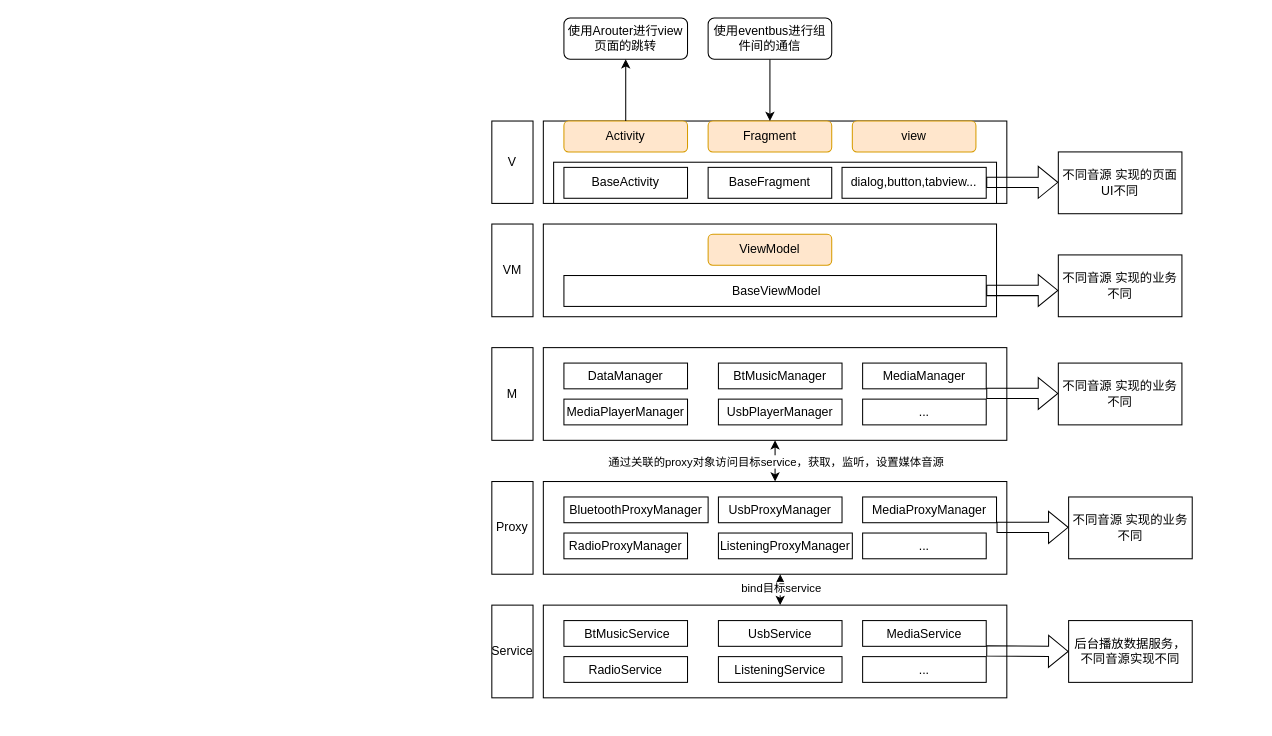
This is page "MediaCenter整体架构" (1 of 14) of 未命名绘图.drawio from NewPlayerAndroid/Latest-Interview, a draw.io file, before an edit. Source tidied: cells renumbered, new cells numbered last; positions are measured from the earlier drawing's top-left corner, leaving out a move shared by most shapes. Both pictures are drawn from the tidied source at 103%, with x=0, y=0 at pixel (471, 18).
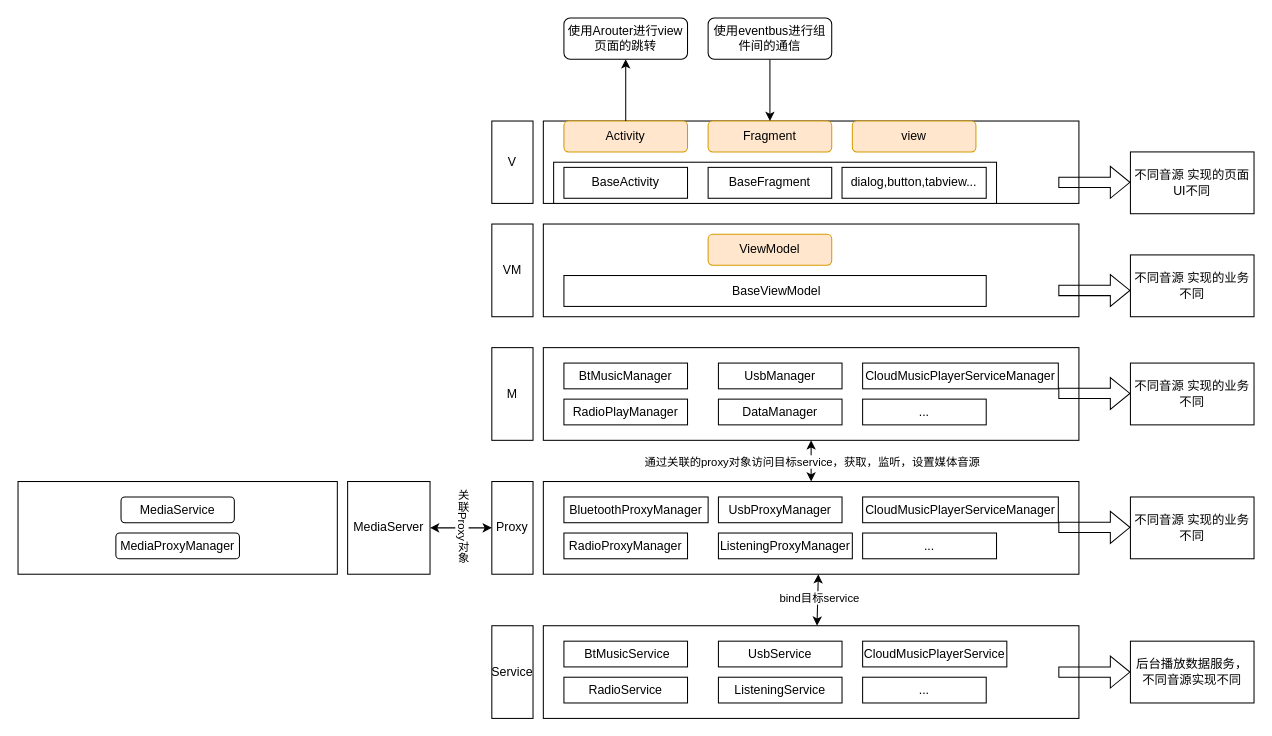
Above is the later version.

The change refers to these unchanged cells:
```xml
<mxCell id="36" value="Proxy" style="rounded=0;whiteSpace=wrap;html=1;" parent="1" vertex="1">
  <mxGeometry x="20" y="450" width="40" height="90" as="geometry" />
</mxCell>
```

What changed in the source:
```diff
@@
     <mxCell id="5" style="rounded=0;whiteSpace=wrap;html=1;" parent="1" vertex="1">
-      <mxGeometry x="70" y="100" width="450" height="80" as="geometry" />
+      <mxGeometry x="70" y="100" width="520" height="80" as="geometry" />
     </mxCell>
@@
     <mxCell id="13" style="shape=flexArrow;endArrow=classic;html=1;rounded=0;" parent="1" edge="1">
       <mxGeometry relative="1" as="geometry">
-        <mxPoint x="500" y="159.5" as="sourcePoint" />
-        <mxPoint x="570" y="159.5" as="targetPoint" />
+        <mxPoint x="570" y="159.5" as="sourcePoint" />
+        <mxPoint x="640" y="159.5" as="targetPoint" />
       </mxGeometry>
     </mxCell>
     <mxCell id="14" value="不同音源 实现的页面UI不同" style="rounded=0;whiteSpace=wrap;html=1;" parent="1" vertex="1">
-      <mxGeometry x="570" y="130" width="120" height="60" as="geometry" />
+      <mxGeometry x="640" y="130" width="120" height="60" as="geometry" />
     </mxCell>
@@
     <mxCell id="16" style="rounded=0;whiteSpace=wrap;html=1;" parent="1" vertex="1">
-      <mxGeometry x="70" y="200" width="440" height="90" as="geometry" />
+      <mxGeometry x="70" y="200" width="520" height="90" as="geometry" />
     </mxCell>
@@
     <mxCell id="19" style="shape=flexArrow;endArrow=classic;html=1;rounded=0;" parent="1" edge="1">
       <mxGeometry relative="1" as="geometry">
-        <mxPoint x="500" y="264.5" as="sourcePoint" />
-        <mxPoint x="570" y="264.5" as="targetPoint" />
+        <mxPoint x="570" y="264.5" as="sourcePoint" />
+        <mxPoint x="640" y="264.5" as="targetPoint" />
       </mxGeometry>
     </mxCell>
     <mxCell id="20" value="不同音源 实现的业务不同" style="rounded=0;whiteSpace=wrap;html=1;" parent="1" vertex="1">
-      <mxGeometry x="570" y="230" width="120" height="60" as="geometry" />
+      <mxGeometry x="640" y="230" width="120" height="60" as="geometry" />
     </mxCell>
@@
     <mxCell id="22" style="rounded=0;whiteSpace=wrap;html=1;" parent="1" vertex="1">
-      <mxGeometry x="70" y="320" width="450" height="90" as="geometry" />
+      <mxGeometry x="70" y="320" width="520" height="90" as="geometry" />
     </mxCell>
-    <mxCell id="23" value="DataManager" style="rounded=0;whiteSpace=wrap;html=1;" parent="1" vertex="1">
+    <mxCell id="23" value="BtMusicManager" style="rounded=0;whiteSpace=wrap;html=1;" parent="1" vertex="1">
       <mxGeometry x="90" y="335" width="120" height="25" as="geometry" />
     </mxCell>
-    <mxCell id="24" value="BtMusicManager" style="rounded=0;whiteSpace=wrap;html=1;" parent="1" vertex="1">
+    <mxCell id="24" value="UsbManager" style="rounded=0;whiteSpace=wrap;html=1;" parent="1" vertex="1">
       <mxGeometry x="240" y="335" width="120" height="25" as="geometry" />
     </mxCell>
-    <mxCell id="25" value="MediaManager" style="rounded=0;whiteSpace=wrap;html=1;" parent="1" vertex="1">
-      <mxGeometry x="380" y="335" width="120" height="25" as="geometry" />
+    <mxCell id="25" value="CloudMusicPlayerServiceManager" style="rounded=0;whiteSpace=wrap;html=1;" parent="1" vertex="1">
+      <mxGeometry x="380" y="335" width="190" height="25" as="geometry" />
     </mxCell>
-    <mxCell id="26" value="MediaPlayerManager" style="rounded=0;whiteSpace=wrap;html=1;" parent="1" vertex="1">
+    <mxCell id="26" value="RadioPlayManager" style="rounded=0;whiteSpace=wrap;html=1;" parent="1" vertex="1">
       <mxGeometry x="90" y="370" width="120" height="25" as="geometry" />
     </mxCell>
-    <mxCell id="27" value="UsbPlayerManager" style="rounded=0;whiteSpace=wrap;html=1;" parent="1" vertex="1">
+    <mxCell id="27" value="DataManager" style="rounded=0;whiteSpace=wrap;html=1;" parent="1" vertex="1">
       <mxGeometry x="240" y="370" width="120" height="25" as="geometry" />
     </mxCell>
@@
     <mxCell id="29" style="shape=flexArrow;endArrow=classic;html=1;rounded=0;" parent="1" edge="1">
       <mxGeometry relative="1" as="geometry">
-        <mxPoint x="500" y="364.5" as="sourcePoint" />
-        <mxPoint x="570" y="364.5" as="targetPoint" />
+        <mxPoint x="570" y="364.5" as="sourcePoint" />
+        <mxPoint x="640" y="364.5" as="targetPoint" />
       </mxGeometry>
     </mxCell>
     <mxCell id="30" value="不同音源 实现的业务不同" style="rounded=0;whiteSpace=wrap;html=1;" parent="1" vertex="1">
-      <mxGeometry x="570" y="335" width="120" height="60" as="geometry" />
+      <mxGeometry x="640" y="335" width="120" height="60" as="geometry" />
     </mxCell>
@@
     <mxCell id="35" value="Service" style="rounded=0;whiteSpace=wrap;html=1;" parent="1" vertex="1">
-      <mxGeometry x="20" y="570" width="40" height="90" as="geometry" />
+      <mxGeometry x="20" y="590" width="40" height="90" as="geometry" />
     </mxCell>
@@
     <mxCell id="37" style="rounded=0;whiteSpace=wrap;html=1;" parent="1" vertex="1">
-      <mxGeometry x="70" y="570" width="450" height="90" as="geometry" />
+      <mxGeometry x="70" y="590" width="520" height="90" as="geometry" />
     </mxCell>
     <mxCell id="38" value="&amp;nbsp;BtMusicService" style="rounded=0;whiteSpace=wrap;html=1;" parent="1" vertex="1">
-      <mxGeometry x="90" y="585" width="120" height="25" as="geometry" />
+      <mxGeometry x="90" y="605" width="120" height="25" as="geometry" />
     </mxCell>
     <mxCell id="39" value="UsbService" style="rounded=0;whiteSpace=wrap;html=1;" parent="1" vertex="1">
-      <mxGeometry x="240" y="585" width="120" height="25" as="geometry" />
+      <mxGeometry x="240" y="605" width="120" height="25" as="geometry" />
     </mxCell>
-    <mxCell id="40" value="MediaService" style="rounded=0;whiteSpace=wrap;html=1;" parent="1" vertex="1">
-      <mxGeometry x="380" y="585" width="120" height="25" as="geometry" />
+    <mxCell id="40" value="CloudMusicPlayerService" style="rounded=0;whiteSpace=wrap;html=1;" parent="1" vertex="1">
+      <mxGeometry x="380" y="605" width="140" height="25" as="geometry" />
     </mxCell>
     <mxCell id="41" value="RadioService" style="rounded=0;whiteSpace=wrap;html=1;" parent="1" vertex="1">
-      <mxGeometry x="90" y="620" width="120" height="25" as="geometry" />
+      <mxGeometry x="90" y="640" width="120" height="25" as="geometry" />
     </mxCell>
     <mxCell id="42" value="ListeningService" style="rounded=0;whiteSpace=wrap;html=1;" parent="1" vertex="1">
-      <mxGeometry x="240" y="620" width="120" height="25" as="geometry" />
+      <mxGeometry x="240" y="640" width="120" height="25" as="geometry" />
     </mxCell>
     <mxCell id="43" value="..." style="rounded=0;whiteSpace=wrap;html=1;" parent="1" vertex="1">
-      <mxGeometry x="380" y="620" width="120" height="25" as="geometry" />
+      <mxGeometry x="380" y="640" width="120" height="25" as="geometry" />
     </mxCell>
     <mxCell id="44" style="rounded=0;whiteSpace=wrap;html=1;" parent="1" vertex="1">
-      <mxGeometry x="70" y="450" width="450" height="90" as="geometry" />
+      <mxGeometry x="70" y="450" width="520" height="90" as="geometry" />
     </mxCell>
@@
-    <mxCell id="47" value="MediaProxyManager" style="rounded=0;whiteSpace=wrap;html=1;" parent="1" vertex="1">
-      <mxGeometry x="380" y="465" width="130" height="25" as="geometry" />
+    <mxCell id="47" value="CloudMusicPlayerServiceManager" style="rounded=0;whiteSpace=wrap;html=1;" parent="1" vertex="1">
+      <mxGeometry x="380" y="465" width="190" height="25" as="geometry" />
     </mxCell>
@@
     <mxCell id="50" value="..." style="rounded=0;whiteSpace=wrap;html=1;" parent="1" vertex="1">
-      <mxGeometry x="380" y="500" width="120" height="25" as="geometry" />
+      <mxGeometry x="380" y="500" width="130" height="25" as="geometry" />
     </mxCell>
     <mxCell id="51" style="shape=flexArrow;endArrow=classic;html=1;rounded=0;entryX=0;entryY=0.5;entryDx=0;entryDy=0;" parent="1" edge="1" target="52">
       <mxGeometry relative="1" as="geometry">
-        <mxPoint x="500" y="614.5" as="sourcePoint" />
+        <mxPoint x="570" y="635" as="sourcePoint" />
       </mxGeometry>
     </mxCell>
     <mxCell id="52" value="后台播放数据服务，不同音源实现不同" style="rounded=0;whiteSpace=wrap;html=1;" parent="1" vertex="1">
-      <mxGeometry x="580" y="585" width="120" height="60" as="geometry" />
+      <mxGeometry x="640" y="605" width="120" height="60" as="geometry" />
     </mxCell>
@@
     <mxCell id="55" style="endArrow=classic;startArrow=classic;html=1;rounded=0;exitX=0.511;exitY=0;exitDx=0;exitDy=0;exitPerimeter=0;" parent="1" edge="1" source="37">
       <mxGeometry relative="1" as="geometry">
-        <mxPoint x="300" y="540" as="targetPoint" />
+        <mxPoint x="337" y="540" as="targetPoint" />
       </mxGeometry>
     </mxCell>
@@
     <mxCell id="57" style="shape=flexArrow;endArrow=classic;html=1;rounded=0;" parent="1" edge="1">
       <mxGeometry relative="1" as="geometry">
-        <mxPoint x="510" y="494.5" as="sourcePoint" />
-        <mxPoint x="580" y="494.5" as="targetPoint" />
+        <mxPoint x="570" y="494.5" as="sourcePoint" />
+        <mxPoint x="640" y="494.5" as="targetPoint" />
       </mxGeometry>
     </mxCell>
     <mxCell id="58" value="不同音源 实现的业务不同" style="rounded=0;whiteSpace=wrap;html=1;" parent="1" vertex="1">
-      <mxGeometry x="580" y="465" width="120" height="60" as="geometry" />
+      <mxGeometry x="640" y="465" width="120" height="60" as="geometry" />
     </mxCell>
+    <mxCell id="59" style="rounded=0;whiteSpace=wrap;html=1;" parent="1" vertex="1">
+      <mxGeometry x="-440" y="450" width="310" height="90" as="geometry" />
+    </mxCell>
+    <mxCell id="60" value="MediaServer" style="rounded=0;whiteSpace=wrap;html=1;" parent="1" vertex="1">
+      <mxGeometry x="-120" y="450" width="80" height="90" as="geometry" />
+    </mxCell>
+    <mxCell id="61" value="MediaService" style="rounded=1;whiteSpace=wrap;html=1;" parent="1" vertex="1">
+      <mxGeometry x="-340" y="465" width="110" height="25" as="geometry" />
+    </mxCell>
+    <mxCell id="62" style="endArrow=classic;startArrow=classic;html=1;rounded=0;entryX=0;entryY=0.5;entryDx=0;entryDy=0;" parent="1" edge="1" source="60" target="36">
+      <mxGeometry relative="1" as="geometry" />
+    </mxCell>
+    <mxCell id="63" value="关联Proxy对象" style="edgeLabel;html=1;align=center;verticalAlign=middle;textDirection=vertical-lr;" parent="62" vertex="1">
+      <mxGeometry x="-0.01" y="2" relative="1" as="geometry" />
+    </mxCell>
+    <mxCell id="64" value="MediaProxyManager" style="rounded=1;whiteSpace=wrap;html=1;" parent="1" vertex="1">
+      <mxGeometry x="-345" y="500" width="120" height="25" as="geometry" />
+    </mxCell>
```
